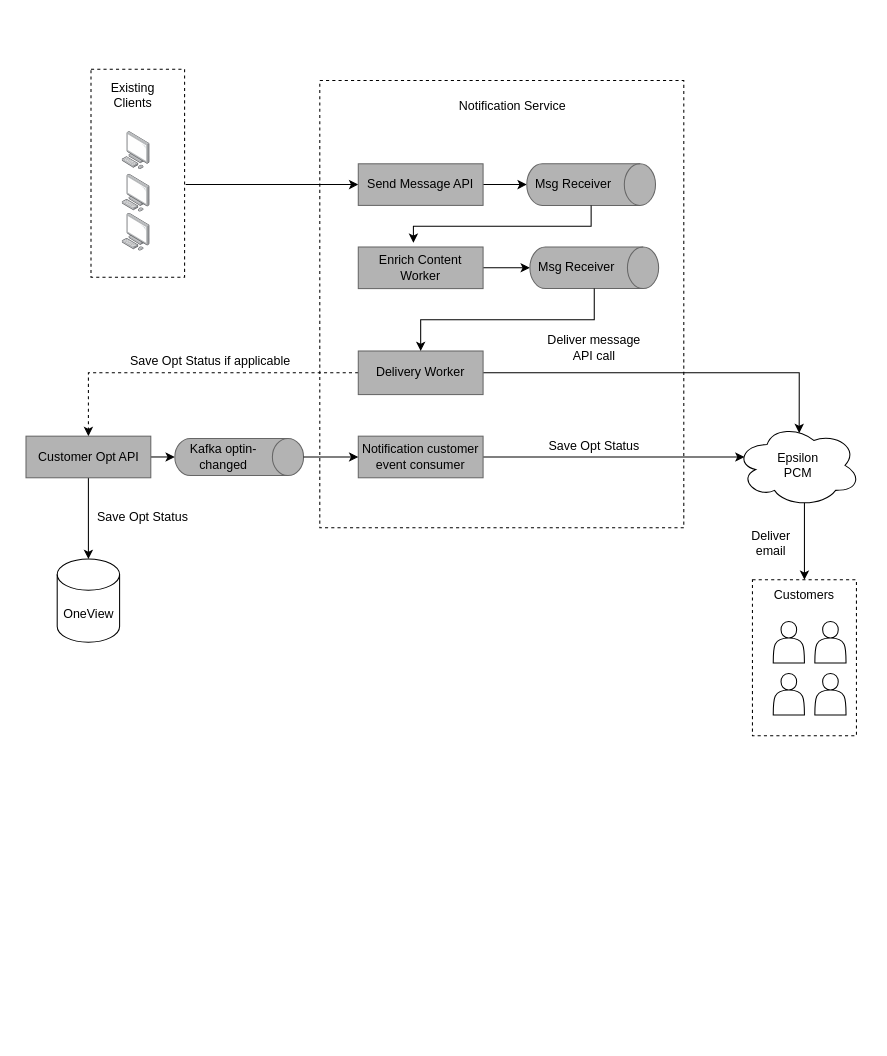
Above: drawings/ENS Opt Sync.drawio in AarellanoH/draw_io (draw.io), before the change. Source tidied: cells renumbered, new cells numbered last; positions are measured from the earlier drawing's top-left corner, leaving out a move shared by most shapes. Both pictures are drawn from the tidied source at 104%, with x=0, y=0 at pixel (18, 18).
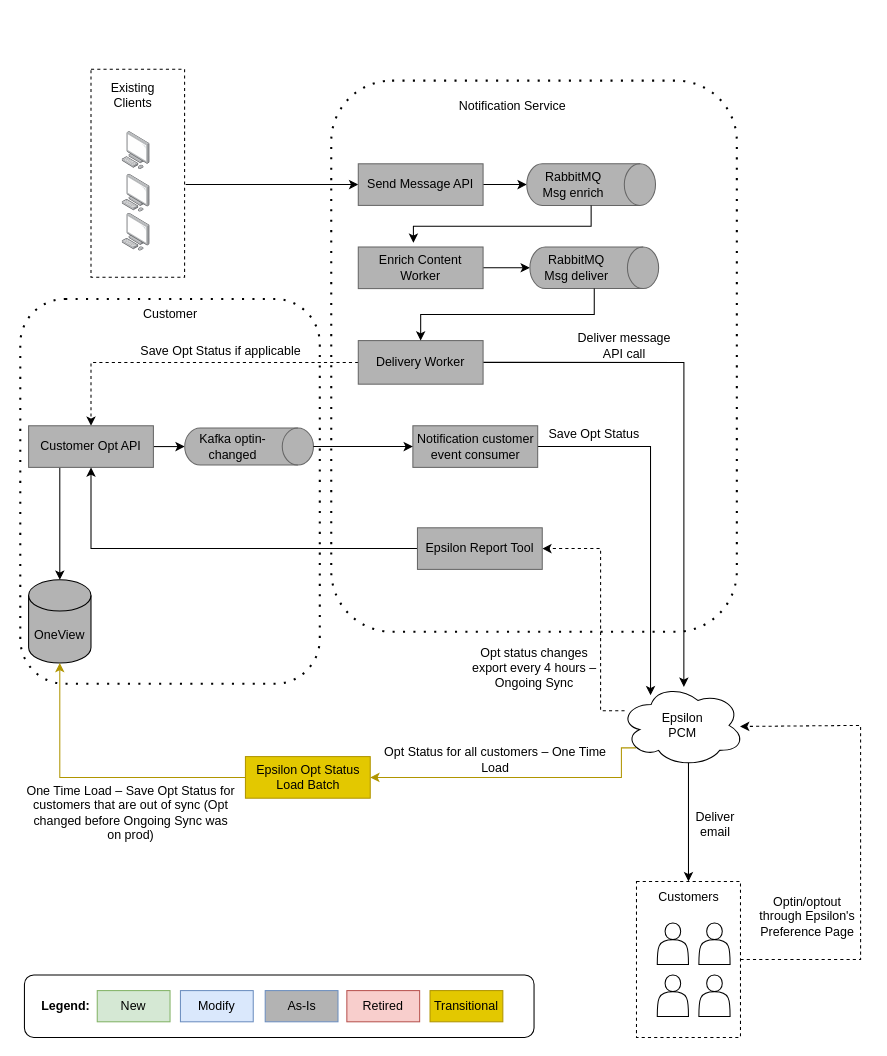
The same page after the edit.

Unchanged cells that the change refers to:
```xml
<mxCell id="7" style="group;" parent="1" vertex="1">
  <mxGeometry x="489" y="140" width="123.8" height="40" as="geometry" />
</mxCell>
<mxCell id="12" style="group;" parent="1" vertex="1">
  <mxGeometry x="492" y="220" width="123.8" height="40" as="geometry" />
</mxCell>
<mxCell id="46" style="rounded=0;whiteSpace=wrap;html=1;fillColor=none;dashed=1;" parent="41" vertex="1">
  <mxGeometry width="100" height="150" as="geometry" />
</mxCell>
```

Change to the diagram source:
```diff
@@
+    <mxCell id="52" style="rounded=1;whiteSpace=wrap;html=1;fillColor=none;dashed=1;dashPattern=1 4;shadow=0;glass=0;strokeColor=#000000;strokeWidth=2;perimeterSpacing=1;" parent="1" vertex="1">
+      <mxGeometry x="2" y="270" width="288" height="370" as="geometry" />
+    </mxCell>
-    <mxCell id="2" style="rounded=0;whiteSpace=wrap;html=1;fillColor=none;dashed=1;" parent="1" vertex="1">
-      <mxGeometry x="290" y="60" width="350" height="430" as="geometry" />
+    <mxCell id="2" style="rounded=1;whiteSpace=wrap;html=1;fillColor=none;dashed=1;dashPattern=1 4;shadow=0;glass=0;strokeColor=#000000;strokeWidth=2;perimeterSpacing=1;" parent="1" vertex="1">
+      <mxGeometry x="301" y="60" width="390" height="530" as="geometry" />
     </mxCell>
-    <mxCell id="3" value="&lt;a class=&quot;CID63765dab-3263-4295-a497-c9840f506fb5&quot; data-clipboardasbytes-url=&quot;https://powerpoint.officeapps.live.com/pods/GetClipboardBytes.ashx?Id=9ffb1b26-ccc8-44f9-883b-6d851bc585ad&amp;amp;DC=PUS11&amp;amp;pkey=de2f9d86-bef4-44e2-aa32-6f8f2dd7489e&amp;amp;wdwaccluster=PUS11&amp;amp;DataType=shape&quot; style=&quot;color: rgb(0, 0, 0); font-family: Times; font-size: medium; font-style: normal; font-variant-ligatures: normal; font-variant-caps: normal; font-weight: 400; letter-spacing: normal; orphans: 2; text-align: start; text-indent: 0px; text-transform: none; widows: 2; word-spacing: 0px; -webkit-text-stroke-width: 0px; text-decoration-thickness: initial; text-decoration-style: initial; text-decoration-color: initial;&quot;&gt;&amp;nbsp;&lt;/a&gt;" style="text;whiteSpace=wrap;html=1;" parent="1" vertex="1">
-      <mxGeometry width="40" height="40" as="geometry" />
-    </mxCell>
@@
-    <mxCell id="9" value="Msg Receiver" style="text;html=1;strokeColor=none;fillColor=none;align=center;verticalAlign=middle;whiteSpace=wrap;rounded=0;" parent="7" vertex="1">
+    <mxCell id="9" value="RabbitMQ Msg enrich" style="text;html=1;strokeColor=none;fillColor=none;align=center;verticalAlign=middle;whiteSpace=wrap;rounded=0;" parent="7" vertex="1">
       <mxGeometry x="5" y="5" width="80" height="30" as="geometry" />
     </mxCell>
@@
-    <mxCell id="14" value="Msg Receiver" style="text;html=1;strokeColor=none;fillColor=none;align=center;verticalAlign=middle;whiteSpace=wrap;rounded=0;" parent="12" vertex="1">
+    <mxCell id="14" value="RabbitMQ Msg deliver" style="text;html=1;strokeColor=none;fillColor=none;align=center;verticalAlign=middle;whiteSpace=wrap;rounded=0;" parent="12" vertex="1">
       <mxGeometry x="5" y="5" width="80" height="30" as="geometry" />
     </mxCell>
@@
-    <mxCell id="16" style="edgeStyle=orthogonalEdgeStyle;rounded=0;jettySize=auto;html=1;exitX=1;exitY=0.5;exitDx=0;exitDy=0;entryX=0.508;entryY=0.113;entryDx=0;entryDy=0;entryPerimeter=0;" parent="1" edge="1" source="17" target="38">
+    <mxCell id="16" style="edgeStyle=orthogonalEdgeStyle;rounded=0;jettySize=auto;html=1;exitX=1;exitY=0.5;exitDx=0;exitDy=0;entryX=0.513;entryY=0.038;entryDx=0;entryDy=0;entryPerimeter=0;" parent="1" edge="1" source="17" target="38">
       <mxGeometry relative="1" as="geometry" />
     </mxCell>
     <mxCell id="17" value="Delivery Worker" style="rounded=0;whiteSpace=wrap;html=1;fillColor=#B3B3B3;gradientColor=none;strokeColor=#666666;" parent="1" vertex="1">
-      <mxGeometry x="327" y="320" width="120" height="41.9" as="geometry" />
+      <mxGeometry x="327" y="310" width="120" height="41.9" as="geometry" />
     </mxCell>
@@
     <mxCell id="21" style="edgeStyle=orthogonalEdgeStyle;rounded=0;jettySize=auto;html=1;entryX=0.5;entryY=0;entryDx=0;entryDy=0;entryPerimeter=0;" parent="1" edge="1" source="22" target="49">
-      <mxGeometry relative="1" as="geometry" />
+      <mxGeometry relative="1" as="geometry">
+        <Array as="points">
+          <mxPoint x="40" y="510" />
+        </Array>
+      </mxGeometry>
     </mxCell>
     <mxCell id="22" value="Customer Opt API" style="rounded=0;whiteSpace=wrap;html=1;fillColor=#B3B3B3;gradientColor=none;strokeColor=#666666;" parent="1" vertex="1">
-      <mxGeometry x="7.5" y="401.9" width="120" height="40" as="geometry" />
+      <mxGeometry x="10" y="391.9" width="120" height="40" as="geometry" />
     </mxCell>
     <mxCell id="23" style="group;" parent="1" vertex="1">
-      <mxGeometry x="157.5" y="401.9" width="110" height="40" as="geometry" />
+      <mxGeometry x="167" y="391.9" width="110" height="40" as="geometry" />
     </mxCell>
@@
-    <mxCell id="33" style="edgeStyle=orthogonalEdgeStyle;rounded=0;jettySize=auto;html=1;exitX=1;exitY=0.5;exitDx=0;exitDy=0;entryX=0.07;entryY=0.4;entryDx=0;entryDy=0;entryPerimeter=0;" parent="1" edge="1" source="34" target="38">
+    <mxCell id="33" style="edgeStyle=orthogonalEdgeStyle;rounded=0;jettySize=auto;html=1;exitX=1;exitY=0.5;exitDx=0;exitDy=0;entryX=0.246;entryY=0.138;entryDx=0;entryDy=0;entryPerimeter=0;" parent="1" edge="1" source="34" target="38">
       <mxGeometry relative="1" as="geometry" />
     </mxCell>
     <mxCell id="34" value="Notification customer event consumer" style="rounded=0;whiteSpace=wrap;html=1;fillColor=#B3B3B3;gradientColor=none;strokeColor=#666666;" parent="1" vertex="1">
-      <mxGeometry x="327" y="401.9" width="120" height="40" as="geometry" />
+      <mxGeometry x="379.5" y="391.9" width="120" height="40" as="geometry" />
     </mxCell>
@@
+    <mxCell id="53" style="edgeStyle=orthogonalEdgeStyle;rounded=0;jettySize=auto;html=1;entryX=1;entryY=0.5;entryDx=0;entryDy=0;dashed=1;exitX=0.038;exitY=0.325;exitDx=0;exitDy=0;exitPerimeter=0;" parent="1" edge="1" source="38" target="56">
+      <mxGeometry relative="1" as="geometry">
+        <Array as="points">
+          <mxPoint x="560" y="666" />
+          <mxPoint x="560" y="510" />
+        </Array>
+      </mxGeometry>
+    </mxCell>
+    <mxCell id="54" style="edgeStyle=orthogonalEdgeStyle;rounded=0;jettySize=auto;html=1;exitX=0.13;exitY=0.77;exitDx=0;exitDy=0;exitPerimeter=0;entryX=1;entryY=0.5;entryDx=0;entryDy=0;fillColor=#e3c800;strokeColor=#B09500;" parent="1" edge="1" source="38" target="61">
+      <mxGeometry relative="1" as="geometry">
+        <Array as="points">
+          <mxPoint x="580" y="702" />
+          <mxPoint x="580" y="730" />
+        </Array>
+      </mxGeometry>
+    </mxCell>
     <mxCell id="38" value="Epsilon &lt;br&gt;PCM" style="ellipse;shape=cloud;whiteSpace=wrap;html=1;" parent="1" vertex="1">
-      <mxGeometry x="690" y="390" width="120" height="80" as="geometry" />
+      <mxGeometry x="578.5" y="640" width="120" height="80" as="geometry" />
     </mxCell>
     <mxCell id="39" value="Deliver message API call" style="text;html=1;strokeColor=none;fillColor=none;align=center;verticalAlign=middle;whiteSpace=wrap;rounded=0;" parent="1" vertex="1">
-      <mxGeometry x="503.9" y="301.9" width="100" height="30" as="geometry" />
+      <mxGeometry x="532.5" y="300" width="100" height="30" as="geometry" />
     </mxCell>
     <mxCell id="40" value="Save Opt Status" style="text;html=1;strokeColor=none;fillColor=none;align=center;verticalAlign=middle;whiteSpace=wrap;rounded=0;" parent="1" vertex="1">
-      <mxGeometry x="503.9" y="401.9" width="100" height="20" as="geometry" />
+      <mxGeometry x="503.9" y="390" width="100" height="20" as="geometry" />
     </mxCell>
     <mxCell id="41" style="group;" parent="1" vertex="1">
-      <mxGeometry x="706" y="540" width="100" height="150" as="geometry" />
+      <mxGeometry x="594.5" y="830" width="100" height="150" as="geometry" />
     </mxCell>
@@
     <mxCell id="48" value="Deliver email" style="text;html=1;strokeColor=none;fillColor=none;align=center;verticalAlign=middle;whiteSpace=wrap;rounded=0;" parent="1" vertex="1">
-      <mxGeometry x="694" y="490" width="60" height="30" as="geometry" />
+      <mxGeometry x="646" y="760" width="48.5" height="30" as="geometry" />
     </mxCell>
-    <mxCell id="49" value="OneView" style="shape=cylinder3;whiteSpace=wrap;html=1;boundedLbl=1;backgroundOutline=1;size=15;" parent="1" vertex="1">
-      <mxGeometry x="37.5" y="520" width="60" height="80" as="geometry" />
+    <mxCell id="49" value="OneView" style="shape=cylinder3;whiteSpace=wrap;html=1;boundedLbl=1;backgroundOutline=1;size=15;fillColor=#B3B3B3;" parent="1" vertex="1">
+      <mxGeometry x="10" y="540" width="60" height="80" as="geometry" />
     </mxCell>
     <mxCell id="50" value="Save Opt Status if applicable" style="text;html=1;strokeColor=none;fillColor=none;align=center;verticalAlign=middle;whiteSpace=wrap;rounded=0;" parent="1" vertex="1">
-      <mxGeometry x="100" y="320" width="170" height="20" as="geometry" />
+      <mxGeometry x="110" y="310" width="170" height="20" as="geometry" />
     </mxCell>
-    <mxCell id="51" value="Save Opt Status" style="text;html=1;strokeColor=none;fillColor=none;align=center;verticalAlign=middle;whiteSpace=wrap;rounded=0;" parent="1" vertex="1">
-      <mxGeometry x="70" y="470" width="100" height="20" as="geometry" />
+    <mxCell id="51" value="Opt Status for all customers – One Time Load" style="text;html=1;strokeColor=none;fillColor=none;align=center;verticalAlign=middle;whiteSpace=wrap;rounded=0;" parent="1" vertex="1">
+      <mxGeometry x="338.5" y="703" width="240" height="20" as="geometry" />
     </mxCell>
+    <mxCell id="55" style="edgeStyle=orthogonalEdgeStyle;rounded=0;jettySize=auto;html=1;entryX=0.5;entryY=1;entryDx=0;entryDy=0;" parent="1" edge="1" source="56" target="22">
+      <mxGeometry relative="1" as="geometry" />
+    </mxCell>
+    <mxCell id="56" value="Epsilon Report Tool" style="rounded=0;whiteSpace=wrap;html=1;fillColor=#B3B3B3;gradientColor=none;strokeColor=#666666;" parent="1" vertex="1">
+      <mxGeometry x="383.9" y="490" width="120" height="40" as="geometry" />
+    </mxCell>
+    <mxCell id="57" value="Optin/optout through Epsilon's Preference Page" style="text;html=1;strokeColor=none;fillColor=none;align=center;verticalAlign=middle;whiteSpace=wrap;rounded=0;" parent="1" vertex="1">
+      <mxGeometry x="706" y="849" width="106" height="30" as="geometry" />
+    </mxCell>
+    <mxCell id="58" value="Opt status changes export every 4 hours – Ongoing Sync" style="text;html=1;strokeColor=none;fillColor=none;align=center;verticalAlign=middle;whiteSpace=wrap;rounded=0;" parent="1" vertex="1">
+      <mxGeometry x="430" y="610" width="132.5" height="30" as="geometry" />
+    </mxCell>
+    <mxCell id="59" style="edgeStyle=orthogonalEdgeStyle;rounded=0;jettySize=auto;html=1;exitX=1;exitY=0.5;exitDx=0;exitDy=0;dashed=1;entryX=0.963;entryY=0.513;entryDx=0;entryDy=0;entryPerimeter=0;" parent="1" edge="1" source="46" target="38">
+      <mxGeometry relative="1" as="geometry">
+        <Array as="points">
+          <mxPoint x="810" y="905" />
+          <mxPoint x="810" y="680" />
+        </Array>
+      </mxGeometry>
+    </mxCell>
+    <mxCell id="60" style="edgeStyle=orthogonalEdgeStyle;rounded=0;jettySize=auto;html=1;entryX=0.5;entryY=1;entryDx=0;entryDy=0;entryPerimeter=0;fillColor=#e3c800;strokeColor=#B09500;" parent="1" edge="1" source="61" target="49">
+      <mxGeometry relative="1" as="geometry" />
+    </mxCell>
+    <mxCell id="61" value="Epsilon Opt Status Load Batch" style="rounded=0;whiteSpace=wrap;html=1;fillColor=#e3c800;strokeColor=#B09500;fontColor=#000000;" parent="1" vertex="1">
+      <mxGeometry x="218.5" y="710" width="120" height="40" as="geometry" />
+    </mxCell>
+    <mxCell id="62" value="One Time Load – Save Opt Status for customers that are out of sync (Opt changed before Ongoing Sync was on prod)" style="text;html=1;strokeColor=none;fillColor=none;align=center;verticalAlign=middle;whiteSpace=wrap;rounded=0;" parent="1" vertex="1">
+      <mxGeometry x="6" y="754" width="205" height="20" as="geometry" />
+    </mxCell>
+    <mxCell id="63" value="Customer" style="text;html=1;strokeColor=none;fillColor=none;align=center;verticalAlign=middle;whiteSpace=wrap;rounded=0;" parent="1" vertex="1">
+      <mxGeometry x="88.5" y="270" width="115" height="30" as="geometry" />
+    </mxCell>
+    <mxCell id="64" style="group;" parent="1" vertex="1">
+      <mxGeometry x="6" y="920" width="490" height="60" as="geometry" />
+    </mxCell>
+    <mxCell id="65" style="rounded=1;whiteSpace=wrap;html=1;" parent="64" vertex="1">
+      <mxGeometry width="490" height="60" as="geometry" />
+    </mxCell>
+    <mxCell id="66" value="New" style="rounded=0;whiteSpace=wrap;html=1;fillColor=#d5e8d4;strokeColor=#82b366;" parent="64" vertex="1">
+      <mxGeometry x="70" y="15" width="70" height="30" as="geometry" />
+    </mxCell>
+    <mxCell id="67" value="Modify" style="rounded=0;whiteSpace=wrap;html=1;fillColor=#dae8fc;strokeColor=#6c8ebf;" parent="64" vertex="1">
+      <mxGeometry x="150" y="15" width="70" height="30" as="geometry" />
+    </mxCell>
+    <mxCell id="68" value="Retired" style="rounded=0;whiteSpace=wrap;html=1;fillColor=#f8cecc;strokeColor=#b85450;" parent="64" vertex="1">
+      <mxGeometry x="310" y="15" width="70" height="30" as="geometry" />
+    </mxCell>
+    <mxCell id="69" value="Transitional" style="rounded=0;whiteSpace=wrap;html=1;fillColor=#e3c800;strokeColor=#B09500;fontColor=#000000;" parent="64" vertex="1">
+      <mxGeometry x="390" y="15" width="70" height="30" as="geometry" />
+    </mxCell>
+    <mxCell id="70" value="&lt;b&gt;Legend:&lt;/b&gt;" style="text;html=1;strokeColor=none;fillColor=none;align=center;verticalAlign=middle;whiteSpace=wrap;rounded=0;" parent="64" vertex="1">
+      <mxGeometry x="10" y="15" width="60" height="30" as="geometry" />
+    </mxCell>
+    <mxCell id="71" value="As-Is" style="rounded=0;whiteSpace=wrap;html=1;fillColor=#B3B3B3;strokeColor=#6c8ebf;" parent="64" vertex="1">
+      <mxGeometry x="231.5" y="15" width="70" height="30" as="geometry" />
+    </mxCell>
```
